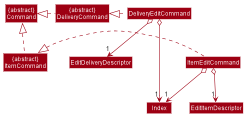
Before: docs/images/EditClassDiagram.png, a diagram exported from PlantUML (nus-cs2103-AY2021S1/tp).
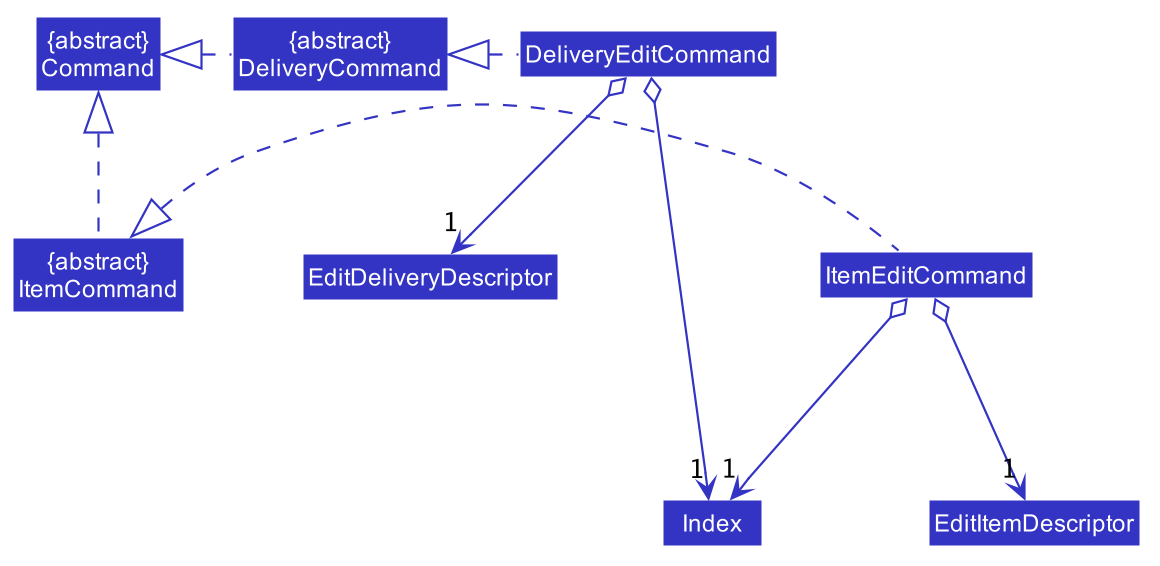
After the change.

Diff of the diagram source:
```diff
@@ -49,8 +49,8 @@
 hide members
 hide circle
 skinparam arrowThickness 1.1
-skinparam arrowColor #9D0012
-skinparam classBackgroundColor #9D0012
+skinparam arrowColor #3333C4
+skinparam classBackgroundColor #3333C4
 
 Class "{abstract}\nCommand" as Command
 Class "{abstract}\nItemCommand" as ItemCommand
@@ -59,6 +59,7 @@
 Class ItemEditCommand
 Class EditDeliveryDescriptor
 Class EditItemDescriptor
+Class Index
 
 ItemCommand .up.|> Command
 DeliveryCommand .up|> Command
```
